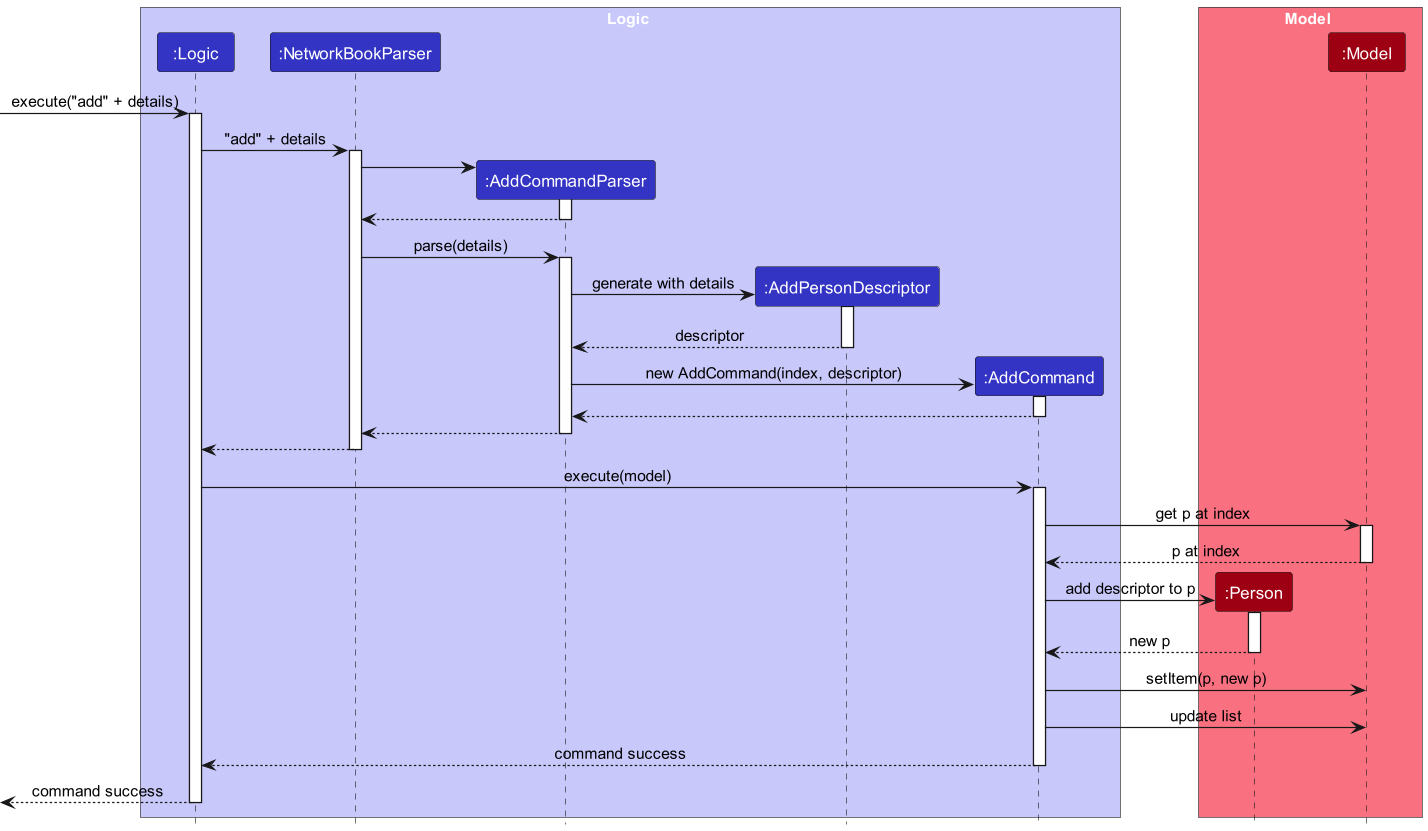
nus-cs2103-AY2324S1/tp keeps this PlantUML diagram as docs/images/add-remark/AddDiagram.png. Above is the earlier version.
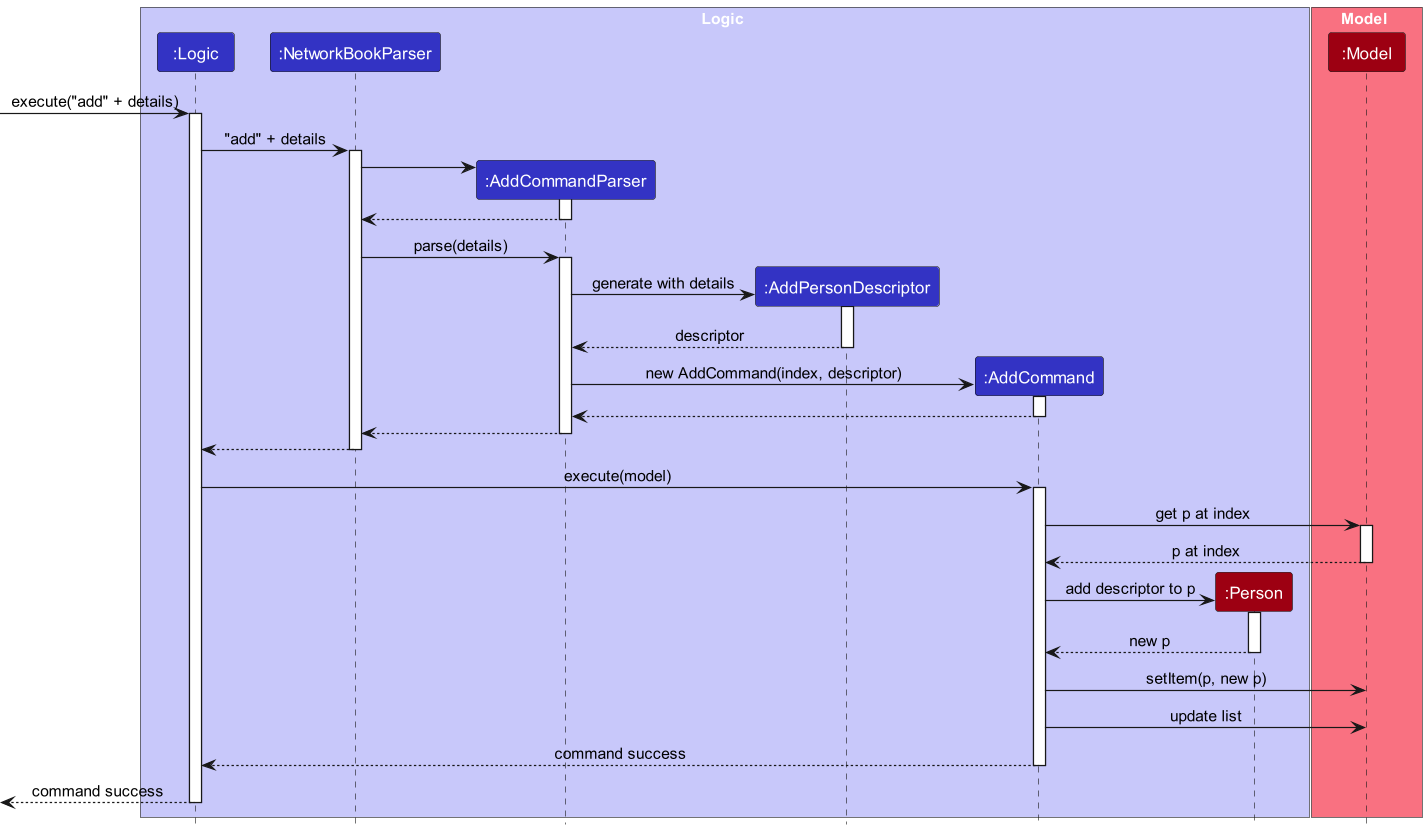
Above is the later version.

Commit message:
Fix box of Person class in add sequence diagram

Change to the diagram source:
```diff
@@ -9,10 +9,10 @@
 Participant ":AddCommandParser" as addCommandParser LOGIC_COLOR
 Participant ":AddPersonDescriptor" as addPersonDescriptor LOGIC_COLOR
 Participant ":AddCommand" as addCommand LOGIC_COLOR
+Participant ":Person" as person MODEL_COLOR
 end box
 
 box Model MODEL_COLOR_T1
-Participant ":Person" as person MODEL_COLOR
 Participant ":Model" as model MODEL_COLOR
 end box
 
```
